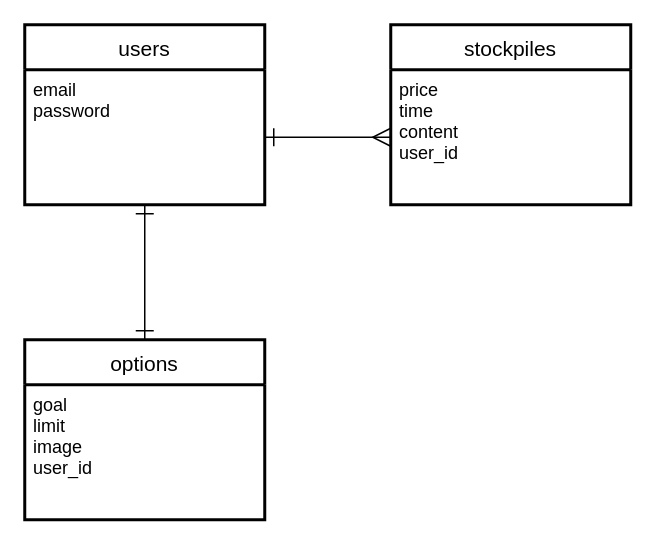
Earlier version of the draw.io diagram stockpile.dio (umaumau/stockpile). Source tidied: cells renumbered, new cells numbered last; positions are measured from the earlier drawing's top-left corner, leaving out a move shared by most shapes. Both pictures are drawn from the tidied source at 150%, with x=0, y=0 at pixel (24, 24).
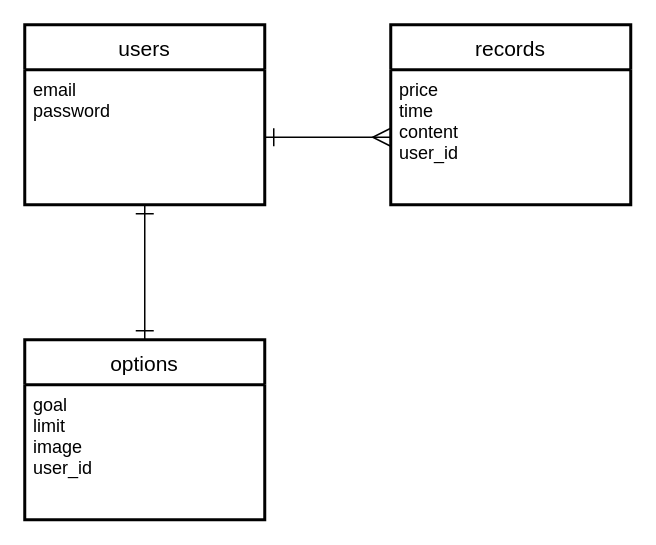
The same page after the edit.

Commit message (it also covers changes not shown here):
カラム名の変更

Change to the diagram source:
```diff
@@
 <mxGraphModel>
   <root>
     <mxCell id="0" />
     <mxCell id="1" parent="0" />
     <mxCell id="2" value="users" style="swimlane;horizontal=1;startSize=30;rounded=0;fontSize=14;fontStyle=0;strokeWidth=2;shadow=0;dashed=0;align=center;" parent="1" vertex="1">
       <mxGeometry width="160" height="120" as="geometry" />
     </mxCell>
     <mxCell id="3" value="email&#10;password" style="align=left;strokeColor=none;fillColor=none;spacingLeft=4;fontSize=12;verticalAlign=top;rounded=0;" parent="2" vertex="1">
       <mxGeometry y="30" width="160" height="90" as="geometry" />
     </mxCell>
     <mxCell id="4" value="options" style="swimlane;horizontal=1;startSize=30;rounded=0;fontSize=14;fontStyle=0;strokeWidth=2;shadow=0;dashed=0;align=center;" parent="1" vertex="1">
       <mxGeometry y="210" width="160" height="120" as="geometry" />
     </mxCell>
     <mxCell id="5" value="goal&#10;limit&#10;image&#10;user_id" style="align=left;strokeColor=none;fillColor=none;spacingLeft=4;fontSize=12;verticalAlign=top;rounded=0;" parent="4" vertex="1">
       <mxGeometry y="30" width="160" height="90" as="geometry" />
     </mxCell>
-    <mxCell id="6" value="stockpiles" style="swimlane;horizontal=1;startSize=30;rounded=0;fontSize=14;fontStyle=0;strokeWidth=2;shadow=0;dashed=0;align=center;" parent="1" vertex="1">
+    <mxCell id="6" value="records" style="swimlane;horizontal=1;startSize=30;rounded=0;fontSize=14;fontStyle=0;strokeWidth=2;shadow=0;dashed=0;align=center;" parent="1" vertex="1">
       <mxGeometry x="244" width="160" height="120" as="geometry" />
     </mxCell>
     <mxCell id="7" value="price&#10;time&#10;content&#10;user_id" style="align=left;strokeColor=none;fillColor=none;spacingLeft=4;fontSize=12;verticalAlign=top;rounded=0;" parent="6" vertex="1">
       <mxGeometry y="30" width="160" height="90" as="geometry" />
     </mxCell>
     <mxCell id="8" style="edgeStyle=none;jumpSize=10;html=1;exitX=0.5;exitY=1;exitDx=0;exitDy=0;entryX=0.5;entryY=0;entryDx=0;entryDy=0;startArrow=ERone;startFill=0;startSize=10;endSize=10;sourcePerimeterSpacing=0;targetPerimeterSpacing=0;endArrow=ERone;endFill=0;" parent="1" edge="1" source="3" target="4">
       <mxGeometry relative="1" as="geometry" />
     </mxCell>
     <mxCell id="9" style="edgeStyle=none;jumpSize=10;html=1;exitX=1;exitY=0.5;exitDx=0;exitDy=0;entryX=0;entryY=0.5;entryDx=0;entryDy=0;startArrow=ERone;startFill=0;endArrow=ERmany;endFill=0;startSize=10;endSize=10;sourcePerimeterSpacing=0;targetPerimeterSpacing=0;" parent="1" edge="1" source="3" target="7">
       <mxGeometry relative="1" as="geometry" />
     </mxCell>
   </root>
 </mxGraphModel>
```
